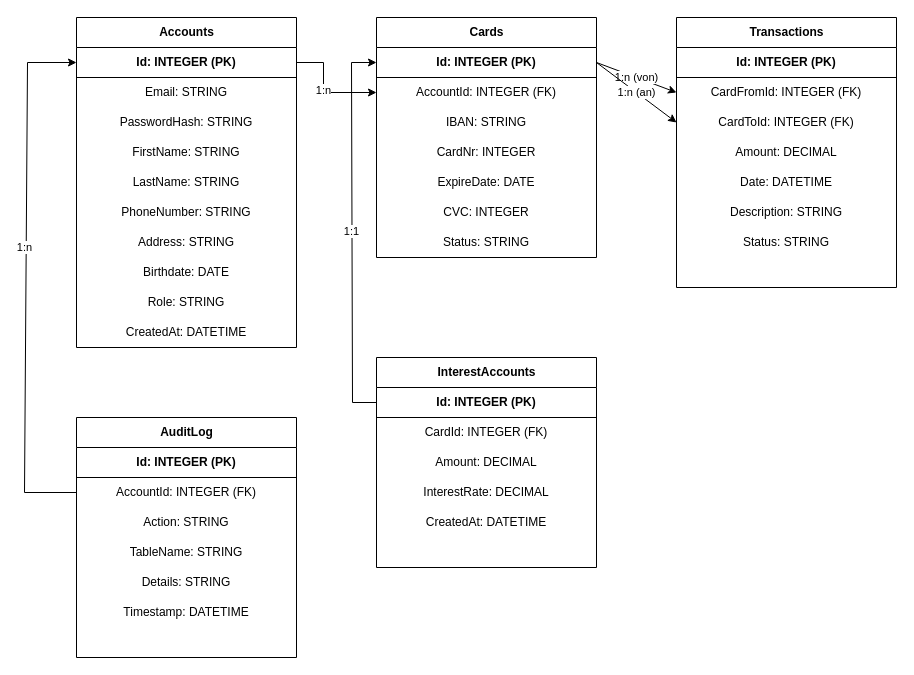
GAlexus555/BankAppAPI keeps this draw.io diagram as page "RM" (2 of 2) of doc/ERM_RM_Diagramm.drawio. Above is the earlier version. Source tidied: cells renumbered, new cells numbered last; positions are measured from the earlier drawing's top-left corner, leaving out a move shared by most shapes. Both pictures are drawn from the tidied source at 100%, with x=0, y=0 at pixel (24, 17).
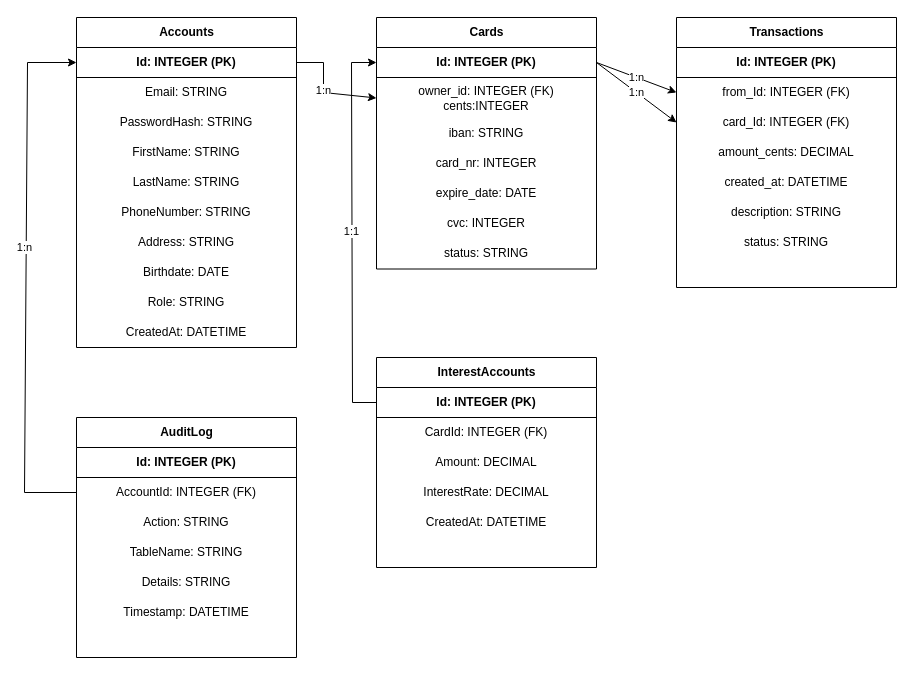
The same page after the edit.

Unchanged cells that the change refers to:
```xml
<mxCell id="24" style="shape=tableRow;horizontal=0;startSize=0;swimlaneHead=0;swimlaneBody=0;fillColor=none;points=[[0,0.5],[1,0.5]];portConstraint=eastwest;top=0;left=0;right=0;bottom=1;" parent="23" vertex="1">
  <mxGeometry y="30" width="220" height="30" as="geometry" />
</mxCell>
<mxCell id="41" style="shape=tableRow;horizontal=0;startSize=0;swimlaneHead=0;swimlaneBody=0;fillColor=none;points=[[0,0.5],[1,0.5]];portConstraint=eastwest;top=0;left=0;right=0;bottom=0;" parent="38" vertex="1">
  <mxGeometry y="60" width="220" height="30" as="geometry" />
</mxCell>
<mxCell id="43" style="shape=tableRow;horizontal=0;startSize=0;swimlaneHead=0;swimlaneBody=0;fillColor=none;points=[[0,0.5],[1,0.5]];portConstraint=eastwest;top=0;left=0;right=0;bottom=0;" parent="38" vertex="1">
  <mxGeometry y="90" width="220" height="30" as="geometry" />
</mxCell>
<mxCell id="45" style="shape=tableRow;horizontal=0;startSize=0;swimlaneHead=0;swimlaneBody=0;fillColor=none;top=0;left=0;right=0;bottom=0;" parent="38" vertex="1">
  <mxGeometry y="120" width="220" height="30" as="geometry" />
</mxCell>
<mxCell id="47" style="shape=tableRow;horizontal=0;startSize=0;swimlaneHead=0;swimlaneBody=0;fillColor=none;top=0;left=0;right=0;bottom=0;" parent="38" vertex="1">
  <mxGeometry y="150" width="220" height="30" as="geometry" />
</mxCell>
<mxCell id="49" style="shape=tableRow;horizontal=0;startSize=0;swimlaneHead=0;swimlaneBody=0;fillColor=none;top=0;left=0;right=0;bottom=0;" parent="38" vertex="1">
  <mxGeometry y="180" width="220" height="30" as="geometry" />
</mxCell>
<mxCell id="51" style="shape=tableRow;horizontal=0;startSize=0;swimlaneHead=0;swimlaneBody=0;fillColor=none;top=0;left=0;right=0;bottom=0;" parent="38" vertex="1">
  <mxGeometry y="210" width="220" height="30" as="geometry" />
</mxCell>
```

Diff of the diagram source:
```diff
@@
     <mxCell id="23" value="Cards" style="shape=table;startSize=30;childLayout=tableLayout;rowLines=0;fontStyle=1;align=center;html=1;" parent="1" vertex="1">
-      <mxGeometry x="352" width="220" height="240" as="geometry" />
+      <mxGeometry x="352" width="220" height="251.5" as="geometry" />
     </mxCell>
@@
     <mxCell id="26" style="shape=tableRow;horizontal=0;startSize=0;swimlaneHead=0;swimlaneBody=0;fillColor=none;points=[[0,0.5],[1,0.5]];portConstraint=eastwest;top=0;left=0;right=0;bottom=0;" parent="23" vertex="1">
-      <mxGeometry y="60" width="220" height="30" as="geometry" />
+      <mxGeometry y="60" width="220" height="41" as="geometry" />
     </mxCell>
-    <mxCell id="27" value="AccountId: INTEGER (FK)" style="shape=partialRectangle;fillColor=none;top=0;left=0;bottom=0;right=0;overflow=hidden;whiteSpace=wrap;html=1;" parent="26" vertex="1">
-      <mxGeometry width="220" height="30" as="geometry" />
+    <mxCell id="27" value="owner_id: INTEGER (FK)&lt;div&gt;cents:INTEGER&lt;/div&gt;" style="shape=partialRectangle;fillColor=none;top=0;left=0;bottom=0;right=0;overflow=hidden;whiteSpace=wrap;html=1;" parent="26" vertex="1">
+      <mxGeometry width="220" height="41" as="geometry" />
     </mxCell>
     <mxCell id="28" style="shape=tableRow;horizontal=0;startSize=0;swimlaneHead=0;swimlaneBody=0;fillColor=none;top=0;left=0;right=0;bottom=0;" parent="23" vertex="1">
-      <mxGeometry y="90" width="220" height="30" as="geometry" />
+      <mxGeometry y="101" width="220" height="30" as="geometry" />
     </mxCell>
-    <mxCell id="29" value="IBAN: STRING" style="shape=partialRectangle;fillColor=none;top=0;left=0;bottom=0;right=0;overflow=hidden;whiteSpace=wrap;html=1;" parent="28" vertex="1">
+    <mxCell id="29" value="iban: STRING" style="shape=partialRectangle;fillColor=none;top=0;left=0;bottom=0;right=0;overflow=hidden;whiteSpace=wrap;html=1;" parent="28" vertex="1">
       <mxGeometry width="220" height="30" as="geometry" />
     </mxCell>
     <mxCell id="30" style="shape=tableRow;horizontal=0;startSize=0;swimlaneHead=0;swimlaneBody=0;fillColor=none;top=0;left=0;right=0;bottom=0;" parent="23" vertex="1">
-      <mxGeometry y="120" width="220" height="30" as="geometry" />
+      <mxGeometry y="131" width="220" height="30" as="geometry" />
     </mxCell>
-    <mxCell id="31" value="CardNr: INTEGER" style="shape=partialRectangle;fillColor=none;top=0;left=0;bottom=0;right=0;overflow=hidden;whiteSpace=wrap;html=1;" parent="30" vertex="1">
+    <mxCell id="31" value="card_nr: INTEGER" style="shape=partialRectangle;fillColor=none;top=0;left=0;bottom=0;right=0;overflow=hidden;whiteSpace=wrap;html=1;" parent="30" vertex="1">
       <mxGeometry width="220" height="30" as="geometry" />
     </mxCell>
     <mxCell id="32" style="shape=tableRow;horizontal=0;startSize=0;swimlaneHead=0;swimlaneBody=0;fillColor=none;top=0;left=0;right=0;bottom=0;" parent="23" vertex="1">
-      <mxGeometry y="150" width="220" height="30" as="geometry" />
+      <mxGeometry y="161" width="220" height="30" as="geometry" />
     </mxCell>
-    <mxCell id="33" value="ExpireDate: DATE" style="shape=partialRectangle;fillColor=none;top=0;left=0;bottom=0;right=0;overflow=hidden;whiteSpace=wrap;html=1;" parent="32" vertex="1">
+    <mxCell id="33" value="expire_date: DATE" style="shape=partialRectangle;fillColor=none;top=0;left=0;bottom=0;right=0;overflow=hidden;whiteSpace=wrap;html=1;" parent="32" vertex="1">
       <mxGeometry width="220" height="30" as="geometry" />
     </mxCell>
     <mxCell id="34" style="shape=tableRow;horizontal=0;startSize=0;swimlaneHead=0;swimlaneBody=0;fillColor=none;top=0;left=0;right=0;bottom=0;" parent="23" vertex="1">
-      <mxGeometry y="180" width="220" height="30" as="geometry" />
+      <mxGeometry y="191" width="220" height="30" as="geometry" />
     </mxCell>
-    <mxCell id="35" value="CVC: INTEGER" style="shape=partialRectangle;fillColor=none;top=0;left=0;bottom=0;right=0;overflow=hidden;whiteSpace=wrap;html=1;" parent="34" vertex="1">
+    <mxCell id="35" value="cvc: INTEGER" style="shape=partialRectangle;fillColor=none;top=0;left=0;bottom=0;right=0;overflow=hidden;whiteSpace=wrap;html=1;" parent="34" vertex="1">
       <mxGeometry width="220" height="30" as="geometry" />
     </mxCell>
     <mxCell id="36" style="shape=tableRow;horizontal=0;startSize=0;swimlaneHead=0;swimlaneBody=0;fillColor=none;top=0;left=0;right=0;bottom=0;" parent="23" vertex="1">
-      <mxGeometry y="210" width="220" height="30" as="geometry" />
+      <mxGeometry y="221" width="220" height="30" as="geometry" />
     </mxCell>
-    <mxCell id="37" value="Status: STRING" style="shape=partialRectangle;fillColor=none;top=0;left=0;bottom=0;right=0;overflow=hidden;whiteSpace=wrap;html=1;" parent="36" vertex="1">
+    <mxCell id="37" value="status: STRING" style="shape=partialRectangle;fillColor=none;top=0;left=0;bottom=0;right=0;overflow=hidden;whiteSpace=wrap;html=1;" parent="36" vertex="1">
       <mxGeometry width="220" height="30" as="geometry" />
     </mxCell>
@@
-    <mxCell id="42" value="CardFromId: INTEGER (FK)" style="shape=partialRectangle;fillColor=none;top=0;left=0;bottom=0;right=0;overflow=hidden;whiteSpace=wrap;html=1;" parent="41" vertex="1">
+    <mxCell id="42" value="from_Id: INTEGER (FK)" style="shape=partialRectangle;fillColor=none;top=0;left=0;bottom=0;right=0;overflow=hidden;whiteSpace=wrap;html=1;" parent="41" vertex="1">
       <mxGeometry width="220" height="30" as="geometry" />
     </mxCell>
@@
-    <mxCell id="44" value="CardToId: INTEGER (FK)" style="shape=partialRectangle;fillColor=none;top=0;left=0;bottom=0;right=0;overflow=hidden;whiteSpace=wrap;html=1;" parent="43" vertex="1">
+    <mxCell id="44" value="card_Id: INTEGER (FK)" style="shape=partialRectangle;fillColor=none;top=0;left=0;bottom=0;right=0;overflow=hidden;whiteSpace=wrap;html=1;" parent="43" vertex="1">
       <mxGeometry width="220" height="30" as="geometry" />
     </mxCell>
@@
-    <mxCell id="46" value="Amount: DECIMAL" style="shape=partialRectangle;fillColor=none;top=0;left=0;bottom=0;right=0;overflow=hidden;whiteSpace=wrap;html=1;" parent="45" vertex="1">
+    <mxCell id="46" value="amount_cents: DECIMAL" style="shape=partialRectangle;fillColor=none;top=0;left=0;bottom=0;right=0;overflow=hidden;whiteSpace=wrap;html=1;" parent="45" vertex="1">
       <mxGeometry width="220" height="30" as="geometry" />
     </mxCell>
@@
-    <mxCell id="48" value="Date: DATETIME" style="shape=partialRectangle;fillColor=none;top=0;left=0;bottom=0;right=0;overflow=hidden;whiteSpace=wrap;html=1;" parent="47" vertex="1">
+    <mxCell id="48" value="created_at: DATETIME" style="shape=partialRectangle;fillColor=none;top=0;left=0;bottom=0;right=0;overflow=hidden;whiteSpace=wrap;html=1;" parent="47" vertex="1">
       <mxGeometry width="220" height="30" as="geometry" />
     </mxCell>
@@
-    <mxCell id="50" value="Description: STRING" style="shape=partialRectangle;fillColor=none;top=0;left=0;bottom=0;right=0;overflow=hidden;whiteSpace=wrap;html=1;" parent="49" vertex="1">
+    <mxCell id="50" value="description: STRING" style="shape=partialRectangle;fillColor=none;top=0;left=0;bottom=0;right=0;overflow=hidden;whiteSpace=wrap;html=1;" parent="49" vertex="1">
       <mxGeometry width="220" height="30" as="geometry" />
     </mxCell>
@@
-    <mxCell id="52" value="Status: STRING" style="shape=partialRectangle;fillColor=none;top=0;left=0;bottom=0;right=0;overflow=hidden;whiteSpace=wrap;html=1;" parent="51" vertex="1">
+    <mxCell id="52" value="status: STRING" style="shape=partialRectangle;fillColor=none;top=0;left=0;bottom=0;right=0;overflow=hidden;whiteSpace=wrap;html=1;" parent="51" vertex="1">
       <mxGeometry width="220" height="30" as="geometry" />
     </mxCell>
@@
-    <mxCell id="81" value="1:n (von)" style="endArrow=classic;html=1;rounded=0;exitX=1;exitY=0.5;exitDx=0;exitDy=0;entryX=0;entryY=0.5;entryDx=0;entryDy=0;" parent="1" edge="1" source="24" target="41">
+    <mxCell id="81" value="1:n" style="endArrow=classic;html=1;rounded=0;exitX=1;exitY=0.5;exitDx=0;exitDy=0;entryX=0;entryY=0.5;entryDx=0;entryDy=0;" parent="1" edge="1" source="24" target="41">
       <mxGeometry relative="1" as="geometry" />
     </mxCell>
-    <mxCell id="82" value="1:n (an)" style="endArrow=classic;html=1;rounded=0;exitX=1;exitY=0.5;exitDx=0;exitDy=0;entryX=0;entryY=0.5;entryDx=0;entryDy=0;" parent="1" edge="1" source="24" target="43">
+    <mxCell id="82" value="1:n" style="endArrow=classic;html=1;rounded=0;exitX=1;exitY=0.5;exitDx=0;exitDy=0;entryX=0;entryY=0.5;entryDx=0;entryDy=0;" parent="1" edge="1" source="24" target="43">
       <mxGeometry relative="1" as="geometry" />
     </mxCell>
```
